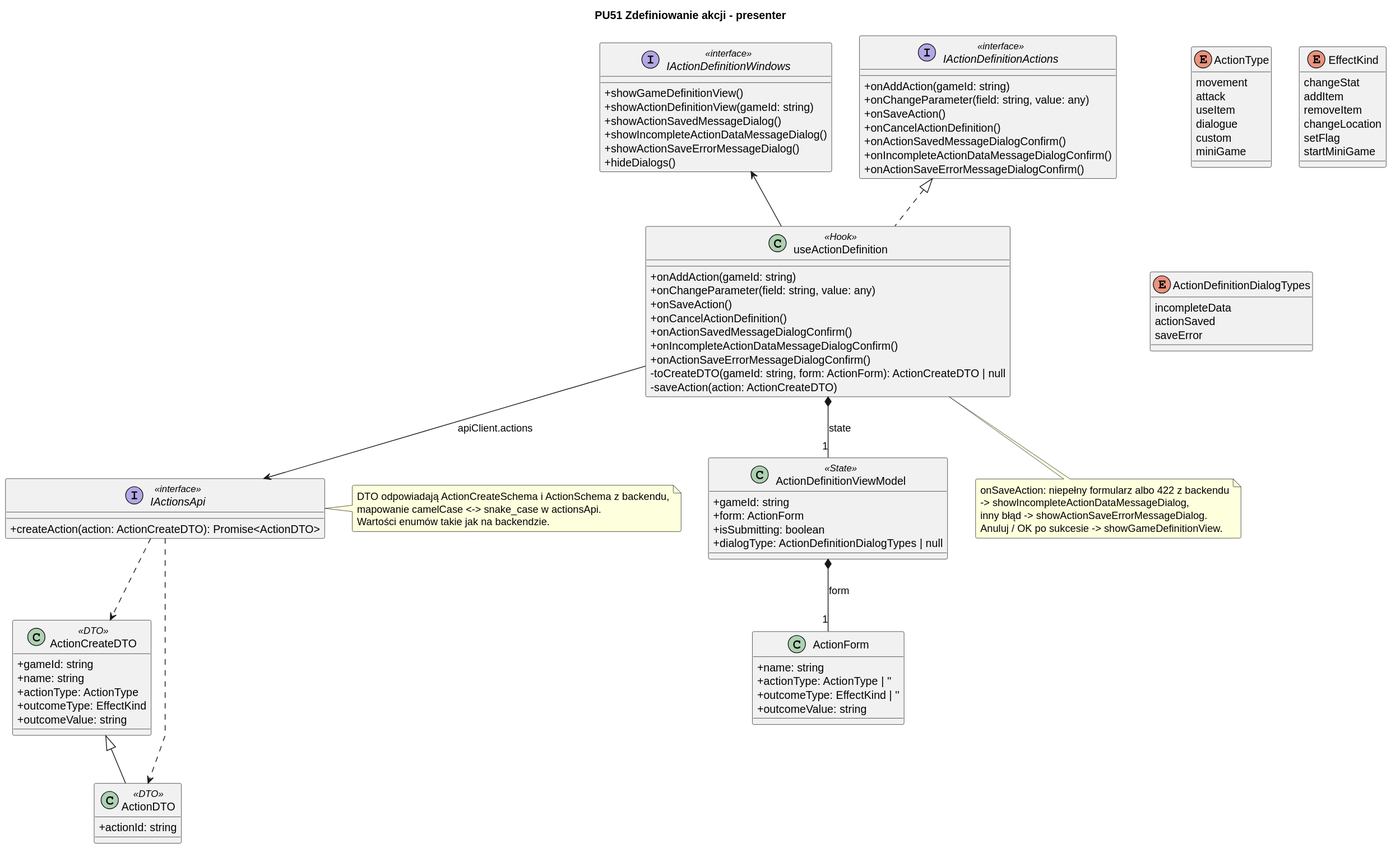
Igor-Ochocki/POP-2026Z keeps this PlantUML diagram as diagrams/frontend/rendered/action-definition-presenter.svg. Above is the earlier version.
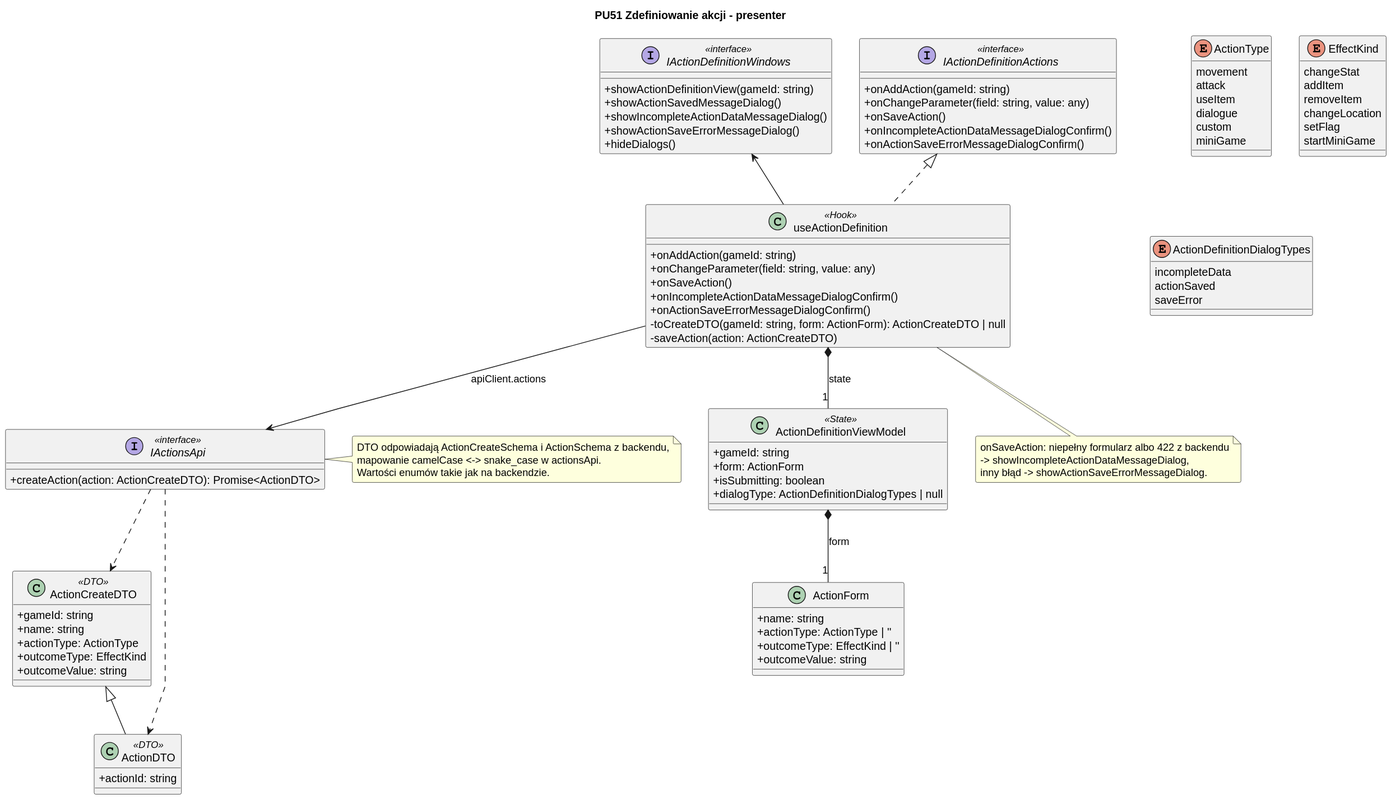
Above is the later version.

Change to the diagram source:
```diff
@@ -11,8 +11,6 @@
     + onAddAction(gameId: string)
     + onChangeParameter(field: string, value: any)
     + onSaveAction()
-    + onCancelActionDefinition()
-    + onActionSavedMessageDialogConfirm()
     + onIncompleteActionDataMessageDialogConfirm()
     + onActionSaveErrorMessageDialogConfirm()
     - toCreateDTO(gameId: string, form: ActionForm): ActionCreateDTO | null
@@ -23,14 +21,11 @@
     + onAddAction(gameId: string)
     + onChangeParameter(field: string, value: any)
     + onSaveAction()
-    + onCancelActionDefinition()
-    + onActionSavedMessageDialogConfirm()
     + onIncompleteActionDataMessageDialogConfirm()
     + onActionSaveErrorMessageDialogConfirm()
 }
 
 interface IActionDefinitionWindows <<interface>> {
-    + showGameDefinitionView()
     + showActionDefinitionView(gameId: string)
     + showActionSavedMessageDialog()
     + showIncompleteActionDataMessageDialog()
@@ -105,7 +100,6 @@
     onSaveAction: niepełny formularz albo 422 z backendu
     -> showIncompleteActionDataMessageDialog,
     inny błąd -> showActionSaveErrorMessageDialog.
-    Anuluj / OK po sukcesie -> showGameDefinitionView.
 end note
 
 note right of IActionsApi
```
